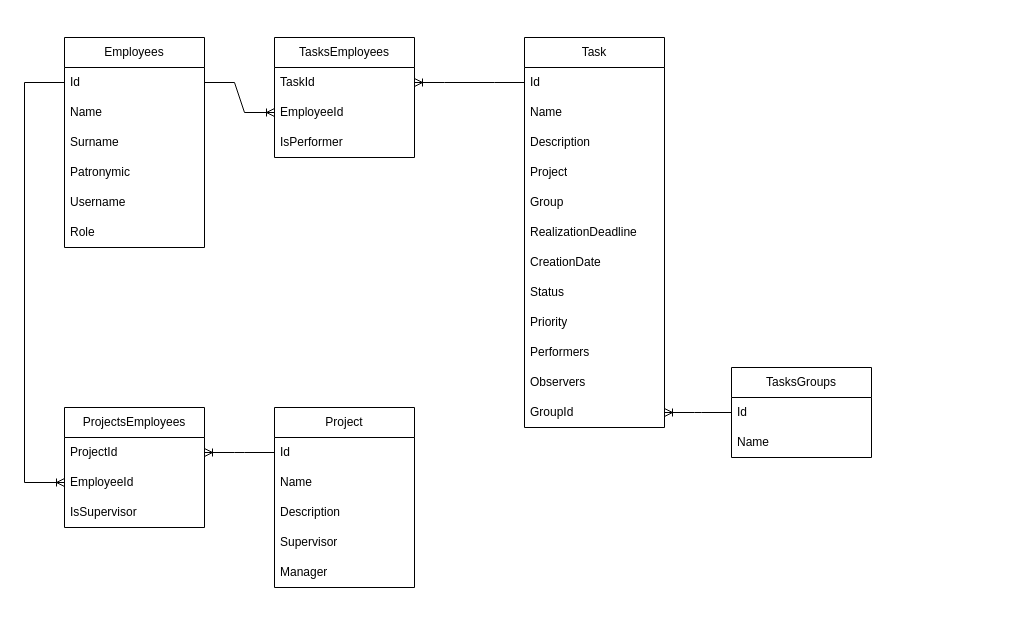
Above: Relations.drawio in ISVMI/EmployeesTasksTracker (draw.io), before the change. Source tidied: cells renumbered, new cells numbered last; positions are measured from the earlier drawing's top-left corner, leaving out a move shared by most shapes. Both pictures are drawn from the tidied source at 100%, with x=0, y=0 at pixel (24, 37).
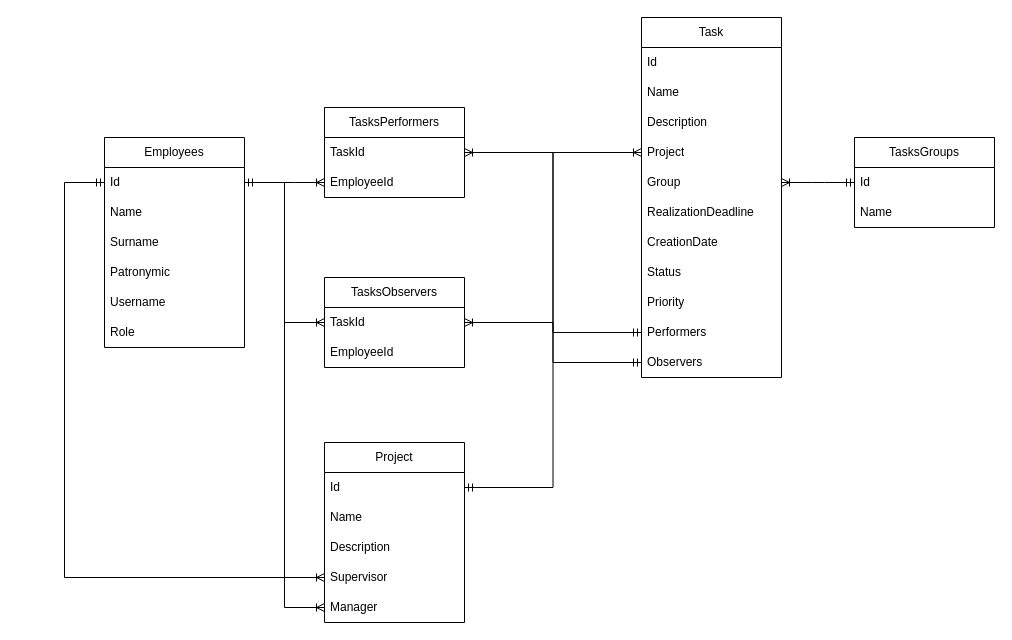
After the change.

Commit message (it also covers changes not shown here):
Changed relational diagram and projects context accordingly.

Unchanged cells that the change refers to:
```xml
<mxCell id="3" value="Id" style="text;strokeColor=none;fillColor=none;align=left;verticalAlign=middle;spacingLeft=4;spacingRight=4;overflow=hidden;points=[[0,0.5],[1,0.5]];portConstraint=eastwest;whiteSpace=wrap;html=1;" parent="2" vertex="1">
  <mxGeometry y="30" width="140" height="30" as="geometry" />
</mxCell>
<mxCell id="10" value="Id" style="text;strokeColor=none;fillColor=none;align=left;verticalAlign=middle;spacingLeft=4;spacingRight=4;overflow=hidden;points=[[0,0.5],[1,0.5]];portConstraint=eastwest;whiteSpace=wrap;html=1;" parent="9" vertex="1">
  <mxGeometry y="30" width="140" height="30" as="geometry" />
</mxCell>
<mxCell id="13" value="Project" style="text;strokeColor=none;fillColor=none;align=left;verticalAlign=middle;spacingLeft=4;spacingRight=4;overflow=hidden;points=[[0,0.5],[1,0.5]];portConstraint=eastwest;whiteSpace=wrap;html=1;" parent="9" vertex="1">
  <mxGeometry y="120" width="140" height="30" as="geometry" />
</mxCell>
<mxCell id="14" value="Group" style="text;strokeColor=none;fillColor=none;align=left;verticalAlign=middle;spacingLeft=4;spacingRight=4;overflow=hidden;points=[[0,0.5],[1,0.5]];portConstraint=eastwest;whiteSpace=wrap;html=1;" parent="9" vertex="1">
  <mxGeometry y="150" width="140" height="30" as="geometry" />
</mxCell>
<mxCell id="19" value="Performers" style="text;strokeColor=none;fillColor=none;align=left;verticalAlign=middle;spacingLeft=4;spacingRight=4;overflow=hidden;points=[[0,0.5],[1,0.5]];portConstraint=eastwest;whiteSpace=wrap;html=1;" parent="9" vertex="1">
  <mxGeometry y="300" width="140" height="30" as="geometry" />
</mxCell>
<mxCell id="20" value="Observers" style="text;strokeColor=none;fillColor=none;align=left;verticalAlign=middle;spacingLeft=4;spacingRight=4;overflow=hidden;points=[[0,0.5],[1,0.5]];portConstraint=eastwest;whiteSpace=wrap;html=1;" parent="9" vertex="1">
  <mxGeometry y="330" width="140" height="30" as="geometry" />
</mxCell>
<mxCell id="23" value="Id" style="text;strokeColor=none;fillColor=none;align=left;verticalAlign=middle;spacingLeft=4;spacingRight=4;overflow=hidden;points=[[0,0.5],[1,0.5]];portConstraint=eastwest;whiteSpace=wrap;html=1;" parent="22" vertex="1">
  <mxGeometry y="30" width="140" height="30" as="geometry" />
</mxCell>
<mxCell id="26" value="Supervisor" style="text;strokeColor=none;fillColor=none;align=left;verticalAlign=middle;spacingLeft=4;spacingRight=4;overflow=hidden;points=[[0,0.5],[1,0.5]];portConstraint=eastwest;whiteSpace=wrap;html=1;" parent="22" vertex="1">
  <mxGeometry y="120" width="140" height="30" as="geometry" />
</mxCell>
<mxCell id="27" value="Manager" style="text;strokeColor=none;fillColor=none;align=left;verticalAlign=middle;spacingLeft=4;spacingRight=4;overflow=hidden;points=[[0,0.5],[1,0.5]];portConstraint=eastwest;whiteSpace=wrap;html=1;" parent="22" vertex="1">
  <mxGeometry y="150" width="140" height="30" as="geometry" />
</mxCell>
<mxCell id="29" value="Id" style="text;strokeColor=none;fillColor=none;align=left;verticalAlign=middle;spacingLeft=4;spacingRight=4;overflow=hidden;points=[[0,0.5],[1,0.5]];portConstraint=eastwest;whiteSpace=wrap;html=1;" parent="28" vertex="1">
  <mxGeometry y="30" width="140" height="30" as="geometry" />
</mxCell>
<mxCell id="32" value="TaskId" style="text;strokeColor=none;fillColor=none;align=left;verticalAlign=middle;spacingLeft=4;spacingRight=4;overflow=hidden;points=[[0,0.5],[1,0.5]];portConstraint=eastwest;whiteSpace=wrap;html=1;" parent="31" vertex="1">
  <mxGeometry y="30" width="140" height="30" as="geometry" />
</mxCell>
```

Diff of the diagram source:
```diff
@@
     <mxCell id="2" value="Employees" style="swimlane;fontStyle=0;horizontal=1;startSize=30;whiteSpace=wrap;html=1;glass=0;rounded=0;shadow=0;" parent="1" vertex="1">
-      <mxGeometry x="40" width="140" height="210" as="geometry" />
+      <mxGeometry x="80" y="100" width="140" height="210" as="geometry" />
     </mxCell>
@@
     <mxCell id="9" value="Task" style="swimlane;fontStyle=0;horizontal=1;startSize=30;whiteSpace=wrap;html=1;" parent="1" vertex="1">
-      <mxGeometry x="500" width="140" height="390" as="geometry" />
+      <mxGeometry x="617" y="-20" width="140" height="360" as="geometry" />
     </mxCell>
@@
-    <mxCell id="21" value="GroupId" style="text;strokeColor=none;fillColor=none;align=left;verticalAlign=middle;spacingLeft=4;spacingRight=4;overflow=hidden;points=[[0,0.5],[1,0.5]];portConstraint=eastwest;whiteSpace=wrap;html=1;" parent="9" vertex="1">
-      <mxGeometry y="360" width="140" height="30" as="geometry" />
-    </mxCell>
     <mxCell id="22" value="Project" style="swimlane;fontStyle=0;horizontal=1;startSize=30;whiteSpace=wrap;html=1;" parent="1" vertex="1">
-      <mxGeometry x="250" y="370" width="140" height="180" as="geometry" />
+      <mxGeometry x="300" y="405" width="140" height="180" as="geometry" />
     </mxCell>
@@
     <mxCell id="28" value="TasksGroups" style="swimlane;fontStyle=0;horizontal=1;startSize=30;whiteSpace=wrap;html=1;" parent="1" vertex="1">
-      <mxGeometry x="707" y="330" width="140" height="90" as="geometry" />
+      <mxGeometry x="830" y="100" width="140" height="90" as="geometry" />
     </mxCell>
@@
-    <mxCell id="31" value="TasksEmployees" style="swimlane;fontStyle=0;horizontal=1;startSize=30;whiteSpace=wrap;html=1;" parent="1" vertex="1">
-      <mxGeometry x="250" width="140" height="120" as="geometry" />
+    <mxCell id="31" value="TasksPerformers" style="swimlane;fontStyle=0;horizontal=1;startSize=30;whiteSpace=wrap;html=1;" parent="1" vertex="1">
+      <mxGeometry x="300" y="70" width="140" height="90" as="geometry" />
     </mxCell>
@@
-    <mxCell id="34" value="IsPerformer" style="text;strokeColor=none;fillColor=none;align=left;verticalAlign=middle;spacingLeft=4;spacingRight=4;overflow=hidden;whiteSpace=wrap;html=1;" parent="31" vertex="1">
-      <mxGeometry y="90" width="140" height="30" as="geometry" />
-    </mxCell>
@@
-    <mxCell id="36" style="edgeStyle=entityRelationEdgeStyle;fontSize=12;html=1;endArrow=ERoneToMany;rounded=0;exitX=0;exitY=0.5;exitDx=0;exitDy=0;entryX=1;entryY=0.5;entryDx=0;entryDy=0;" parent="1" edge="1" source="10" target="32">
-      <mxGeometry relative="1" as="geometry" />
-    </mxCell>
-    <mxCell id="37" style="edgeStyle=entityRelationEdgeStyle;fontSize=12;html=1;endArrow=ERoneToMany;rounded=0;exitX=0;exitY=0.5;exitDx=0;exitDy=0;entryX=1;entryY=0.5;entryDx=0;entryDy=0;" parent="1" edge="1" source="29" target="21">
-      <mxGeometry relative="1" as="geometry" />
+    <mxCell id="37" style="edgeStyle=entityRelationEdgeStyle;fontSize=12;html=1;endArrow=ERoneToMany;rounded=0;exitX=0;exitY=0.5;exitDx=0;exitDy=0;entryX=1;entryY=0.5;entryDx=0;entryDy=0;startArrow=ERmandOne;startFill=0;" parent="1" edge="1" source="29" target="14">
+      <mxGeometry relative="1" as="geometry">
+        <Array as="points">
+          <mxPoint x="600" y="50" />
+        </Array>
+      </mxGeometry>
     </mxCell>
-    <mxCell id="38" value="ProjectsEmployees" style="swimlane;fontStyle=0;horizontal=1;startSize=30;whiteSpace=wrap;html=1;" parent="1" vertex="1">
-      <mxGeometry x="40" y="370" width="140" height="120" as="geometry" />
-    </mxCell>
-    <mxCell id="39" value="ProjectId" style="text;strokeColor=none;fillColor=none;align=left;verticalAlign=middle;spacingLeft=4;spacingRight=4;overflow=hidden;points=[[0,0.5],[1,0.5]];portConstraint=eastwest;whiteSpace=wrap;html=1;" parent="38" vertex="1">
-      <mxGeometry y="30" width="140" height="30" as="geometry" />
-    </mxCell>
+    <mxCell id="44" value="TasksObservers" style="swimlane;fontStyle=0;horizontal=1;startSize=30;whiteSpace=wrap;html=1;" parent="1" vertex="1">
+      <mxGeometry x="300" y="240" width="140" height="90" as="geometry" />
+    </mxCell>
+    <mxCell id="45" value="TaskId" style="text;strokeColor=none;fillColor=none;align=left;verticalAlign=middle;spacingLeft=4;spacingRight=4;overflow=hidden;points=[[0,0.5],[1,0.5]];portConstraint=eastwest;whiteSpace=wrap;html=1;" parent="44" vertex="1">
+      <mxGeometry y="30" width="140" height="30" as="geometry" />
+    </mxCell>
-    <mxCell id="40" value="EmployeeId" style="text;strokeColor=none;fillColor=none;align=left;verticalAlign=middle;spacingLeft=4;spacingRight=4;overflow=hidden;points=[[0,0.5],[1,0.5]];portConstraint=eastwest;whiteSpace=wrap;html=1;" parent="38" vertex="1">
+    <mxCell id="40" value="EmployeeId" style="text;strokeColor=none;fillColor=none;align=left;verticalAlign=middle;spacingLeft=4;spacingRight=4;overflow=hidden;points=[[0,0.5],[1,0.5]];portConstraint=eastwest;whiteSpace=wrap;html=1;" parent="44" vertex="1">
       <mxGeometry y="60" width="140" height="30" as="geometry" />
     </mxCell>
-    <mxCell id="41" value="IsSupervisor" style="text;strokeColor=none;fillColor=none;align=left;verticalAlign=middle;spacingLeft=4;spacingRight=4;overflow=hidden;whiteSpace=wrap;html=1;" parent="38" vertex="1">
-      <mxGeometry y="90" width="140" height="30" as="geometry" />
-    </mxCell>
-    <mxCell id="42" style="edgeStyle=entityRelationEdgeStyle;fontSize=12;html=1;endArrow=ERoneToMany;rounded=0;entryX=1;entryY=0.5;entryDx=0;entryDy=0;exitX=0;exitY=0.5;exitDx=0;exitDy=0;" parent="1" edge="1" source="23" target="39">
-      <mxGeometry relative="1" as="geometry" />
-    </mxCell>
-    <mxCell id="43" style="endArrow=none;html=1;rounded=0;entryX=0;entryY=0.5;entryDx=0;entryDy=0;exitX=0;exitY=0.5;exitDx=0;exitDy=0;endFill=0;startArrow=ERoneToMany;startFill=0;" parent="1" edge="1" source="40" target="3">
-      <mxGeometry relative="1" as="geometry">
-        <Array as="points">
-          <mxPoint y="445" />
-          <mxPoint y="45" />
-        </Array>
-      </mxGeometry>
-    </mxCell>
+    <mxCell id="46" style="edgeStyle=orthogonalEdgeStyle;rounded=0;jettySize=auto;html=1;entryX=0;entryY=0.5;entryDx=0;entryDy=0;endArrow=ERoneToMany;endFill=0;startArrow=ERmandOne;startFill=0;" parent="1" edge="1" source="3" target="26">
+      <mxGeometry relative="1" as="geometry">
+        <Array as="points">
+          <mxPoint x="40" y="145" />
+          <mxPoint x="40" y="540" />
+        </Array>
+      </mxGeometry>
+    </mxCell>
+    <mxCell id="47" style="edgeStyle=orthogonalEdgeStyle;rounded=0;jettySize=auto;html=1;endArrow=ERoneToMany;endFill=0;" parent="1" edge="1" source="3" target="27">
+      <mxGeometry relative="1" as="geometry" />
+    </mxCell>
+    <mxCell id="48" style="edgeStyle=orthogonalEdgeStyle;rounded=0;jettySize=auto;html=1;entryX=0;entryY=0.5;entryDx=0;entryDy=0;endArrow=ERoneToMany;endFill=0;startArrow=ERmandOne;startFill=0;" parent="1" edge="1" source="3" target="45">
+      <mxGeometry relative="1" as="geometry" />
+    </mxCell>
+    <mxCell id="49" style="edgeStyle=orthogonalEdgeStyle;rounded=0;jettySize=auto;html=1;entryX=0;entryY=0.5;entryDx=0;entryDy=0;endArrow=ERoneToMany;endFill=0;startArrow=ERmandOne;startFill=0;" parent="1" edge="1" source="23" target="13">
+      <mxGeometry relative="1" as="geometry" />
+    </mxCell>
+    <mxCell id="50" style="edgeStyle=orthogonalEdgeStyle;rounded=0;jettySize=auto;html=1;entryX=1;entryY=0.5;entryDx=0;entryDy=0;endArrow=ERoneToMany;endFill=0;startArrow=ERmandOne;startFill=0;" parent="1" edge="1" source="19" target="32">
+      <mxGeometry relative="1" as="geometry" />
+    </mxCell>
+    <mxCell id="51" style="edgeStyle=orthogonalEdgeStyle;rounded=0;jettySize=auto;html=1;entryX=1;entryY=0.5;entryDx=0;entryDy=0;endArrow=ERoneToMany;endFill=0;startArrow=ERmandOne;startFill=0;" parent="1" edge="1" source="20" target="45">
+      <mxGeometry relative="1" as="geometry" />
+    </mxCell>
```
